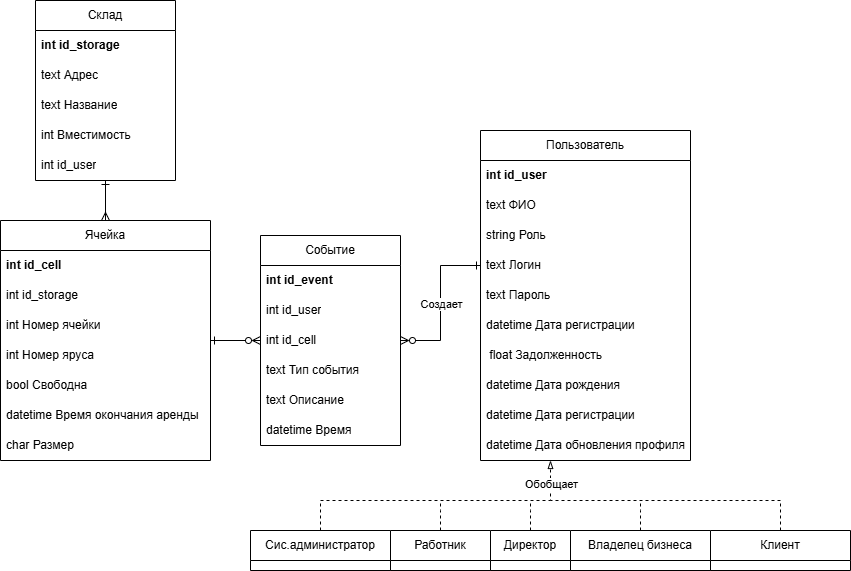
Above: assets/er.png in moevm/nosql2h24-store (draw.io), before the change. Source tidied: cells renumbered, new cells last; positions are measured from the earlier drawing's top-left corner, leaving out a move shared by most shapes. Source of this version:
```xml
<mxGraphModel>
  <root>
    <mxCell id="0" />
    <mxCell id="1" parent="0" />
    <mxCell id="2" value="Пользователь" style="swimlane;fontStyle=0;horizontal=1;startSize=30;whiteSpace=wrap;html=1;" parent="1" vertex="1">
      <mxGeometry x="480" y="130" width="210" height="330" as="geometry" />
    </mxCell>
    <mxCell id="3" value="&lt;b&gt;int id_user&lt;/b&gt;" style="text;strokeColor=none;fillColor=none;align=left;verticalAlign=middle;spacingLeft=4;spacingRight=4;overflow=hidden;whiteSpace=wrap;html=1;" parent="2" vertex="1">
      <mxGeometry y="30" width="210" height="30" as="geometry" />
    </mxCell>
    <mxCell id="4" value="text ФИО" style="text;strokeColor=none;fillColor=none;align=left;verticalAlign=middle;spacingLeft=4;spacingRight=4;overflow=hidden;whiteSpace=wrap;html=1;" parent="2" vertex="1">
      <mxGeometry y="60" width="210" height="30" as="geometry" />
    </mxCell>
    <mxCell id="5" value="string Роль" style="text;strokeColor=none;fillColor=none;align=left;verticalAlign=middle;spacingLeft=4;spacingRight=4;overflow=hidden;whiteSpace=wrap;html=1;" parent="2" vertex="1">
      <mxGeometry y="90" width="210" height="30" as="geometry" />
    </mxCell>
    <mxCell id="6" value="text Логин" style="text;strokeColor=none;fillColor=none;align=left;verticalAlign=middle;spacingLeft=4;spacingRight=4;overflow=hidden;points=[[0,0.5],[1,0.5]];portConstraint=eastwest;whiteSpace=wrap;html=1;" parent="2" vertex="1">
      <mxGeometry y="120" width="210" height="30" as="geometry" />
    </mxCell>
    <mxCell id="7" value="text Пароль" style="text;strokeColor=none;fillColor=none;align=left;verticalAlign=middle;spacingLeft=4;spacingRight=4;overflow=hidden;whiteSpace=wrap;html=1;" parent="2" vertex="1">
      <mxGeometry y="150" width="210" height="30" as="geometry" />
    </mxCell>
    <mxCell id="8" value="datetime Дата регистрации" style="text;strokeColor=none;fillColor=none;align=left;verticalAlign=middle;spacingLeft=4;spacingRight=4;overflow=hidden;whiteSpace=wrap;html=1;" parent="2" vertex="1">
      <mxGeometry y="180" width="210" height="30" as="geometry" />
    </mxCell>
    <mxCell id="9" value="&amp;nbsp;float Задолженность" style="text;strokeColor=none;fillColor=none;align=left;verticalAlign=middle;spacingLeft=4;spacingRight=4;overflow=hidden;whiteSpace=wrap;html=1;" parent="2" vertex="1">
      <mxGeometry y="210" width="210" height="30" as="geometry" />
    </mxCell>
    <mxCell id="10" value="datetime Дата рождения" style="text;strokeColor=none;fillColor=none;align=left;verticalAlign=middle;spacingLeft=4;spacingRight=4;overflow=hidden;whiteSpace=wrap;html=1;" parent="2" vertex="1">
      <mxGeometry y="240" width="210" height="30" as="geometry" />
    </mxCell>
    <mxCell id="11" value="datetime Дата регистрации" style="text;strokeColor=none;fillColor=none;align=left;verticalAlign=middle;spacingLeft=4;spacingRight=4;overflow=hidden;whiteSpace=wrap;html=1;" parent="2" vertex="1">
      <mxGeometry y="270" width="210" height="30" as="geometry" />
    </mxCell>
    <mxCell id="12" value="datetime Дата обновления профиля" style="text;strokeColor=none;fillColor=none;align=left;verticalAlign=middle;spacingLeft=4;spacingRight=4;overflow=hidden;whiteSpace=wrap;html=1;" parent="2" vertex="1">
      <mxGeometry y="300" width="210" height="30" as="geometry" />
    </mxCell>
    <mxCell id="13" value="Склад" style="swimlane;fontStyle=0;horizontal=1;startSize=30;whiteSpace=wrap;html=1;" parent="1" vertex="1">
      <mxGeometry x="35" width="140" height="180" as="geometry" />
    </mxCell>
    <mxCell id="14" value="&lt;b&gt;int id_storage&lt;/b&gt;" style="text;strokeColor=none;fillColor=none;align=left;verticalAlign=middle;spacingLeft=4;spacingRight=4;overflow=hidden;whiteSpace=wrap;html=1;" parent="13" vertex="1">
      <mxGeometry y="30" width="140" height="30" as="geometry" />
    </mxCell>
    <mxCell id="15" value="text Адрес" style="text;strokeColor=none;fillColor=none;align=left;verticalAlign=middle;spacingLeft=4;spacingRight=4;overflow=hidden;whiteSpace=wrap;html=1;" parent="13" vertex="1">
      <mxGeometry y="60" width="140" height="30" as="geometry" />
    </mxCell>
    <mxCell id="16" value="text Название" style="text;strokeColor=none;fillColor=none;align=left;verticalAlign=middle;spacingLeft=4;spacingRight=4;overflow=hidden;whiteSpace=wrap;html=1;" parent="13" vertex="1">
      <mxGeometry y="90" width="140" height="30" as="geometry" />
    </mxCell>
    <mxCell id="17" value="int Вместимость" style="text;strokeColor=none;fillColor=none;align=left;verticalAlign=middle;spacingLeft=4;spacingRight=4;overflow=hidden;whiteSpace=wrap;html=1;" parent="13" vertex="1">
      <mxGeometry y="120" width="140" height="30" as="geometry" />
    </mxCell>
    <mxCell id="18" value="int id_user" style="text;strokeColor=none;fillColor=none;align=left;verticalAlign=middle;spacingLeft=4;spacingRight=4;overflow=hidden;whiteSpace=wrap;html=1;" parent="13" vertex="1">
      <mxGeometry y="150" width="140" height="30" as="geometry" />
    </mxCell>
    <mxCell id="19" style="edgeStyle=orthogonalEdgeStyle;rounded=0;jettySize=auto;html=1;endArrow=ERone;endFill=0;startArrow=ERmany;startFill=0;" parent="1" edge="1" source="20" target="13">
      <mxGeometry relative="1" as="geometry" />
    </mxCell>
    <mxCell id="20" value="Ячейка" style="swimlane;fontStyle=0;horizontal=1;startSize=30;whiteSpace=wrap;html=1;" parent="1" vertex="1">
      <mxGeometry y="220" width="210" height="240" as="geometry" />
    </mxCell>
    <mxCell id="21" value="&lt;b&gt;int id_cell&lt;/b&gt;" style="text;strokeColor=none;fillColor=none;align=left;verticalAlign=middle;spacingLeft=4;spacingRight=4;overflow=hidden;whiteSpace=wrap;html=1;" parent="20" vertex="1">
      <mxGeometry y="30" width="210" height="30" as="geometry" />
    </mxCell>
    <mxCell id="22" value="int id_storage" style="text;strokeColor=none;fillColor=none;align=left;verticalAlign=middle;spacingLeft=4;spacingRight=4;overflow=hidden;whiteSpace=wrap;html=1;" parent="20" vertex="1">
      <mxGeometry y="60" width="210" height="30" as="geometry" />
    </mxCell>
    <mxCell id="23" value="int Номер ячейки" style="text;strokeColor=none;fillColor=none;align=left;verticalAlign=middle;spacingLeft=4;spacingRight=4;overflow=hidden;whiteSpace=wrap;html=1;" parent="20" vertex="1">
      <mxGeometry y="90" width="210" height="30" as="geometry" />
    </mxCell>
    <mxCell id="24" value="int Номер яруса" style="text;strokeColor=none;fillColor=none;align=left;verticalAlign=middle;spacingLeft=4;spacingRight=4;overflow=hidden;whiteSpace=wrap;html=1;" parent="20" vertex="1">
      <mxGeometry y="120" width="210" height="30" as="geometry" />
    </mxCell>
    <mxCell id="25" value="bool Свободна" style="text;strokeColor=none;fillColor=none;align=left;verticalAlign=middle;spacingLeft=4;spacingRight=4;overflow=hidden;whiteSpace=wrap;html=1;" parent="20" vertex="1">
      <mxGeometry y="150" width="210" height="30" as="geometry" />
    </mxCell>
    <mxCell id="26" value="datetime Время окончания аренды" style="text;strokeColor=none;fillColor=none;align=left;verticalAlign=middle;spacingLeft=4;spacingRight=4;overflow=hidden;whiteSpace=wrap;html=1;" parent="20" vertex="1">
      <mxGeometry y="180" width="210" height="30" as="geometry" />
    </mxCell>
    <mxCell id="27" value="char Размер" style="text;strokeColor=none;fillColor=none;align=left;verticalAlign=middle;spacingLeft=4;spacingRight=4;overflow=hidden;whiteSpace=wrap;html=1;" parent="20" vertex="1">
      <mxGeometry y="210" width="210" height="30" as="geometry" />
    </mxCell>
    <mxCell id="28" style="edgeStyle=orthogonalEdgeStyle;rounded=0;jettySize=auto;html=1;endArrow=ERone;endFill=0;startArrow=ERzeroToMany;startFill=0;" parent="1" edge="1" source="29" target="20">
      <mxGeometry relative="1" as="geometry" />
    </mxCell>
    <mxCell id="29" value="Событие" style="swimlane;fontStyle=0;horizontal=1;startSize=30;whiteSpace=wrap;html=1;" parent="1" vertex="1">
      <mxGeometry x="260" y="235" width="140" height="210" as="geometry" />
    </mxCell>
    <mxCell id="30" value="&lt;b&gt;int id_event&lt;/b&gt;" style="text;strokeColor=none;fillColor=none;align=left;verticalAlign=middle;spacingLeft=4;spacingRight=4;overflow=hidden;whiteSpace=wrap;html=1;" parent="29" vertex="1">
      <mxGeometry y="30" width="140" height="30" as="geometry" />
    </mxCell>
    <mxCell id="31" value="int id_user" style="text;strokeColor=none;fillColor=none;align=left;verticalAlign=middle;spacingLeft=4;spacingRight=4;overflow=hidden;whiteSpace=wrap;html=1;" parent="29" vertex="1">
      <mxGeometry y="60" width="140" height="30" as="geometry" />
    </mxCell>
    <mxCell id="32" value="int id_cell" style="text;strokeColor=none;fillColor=none;align=left;verticalAlign=middle;spacingLeft=4;spacingRight=4;overflow=hidden;whiteSpace=wrap;html=1;" parent="29" vertex="1">
      <mxGeometry y="90" width="140" height="30" as="geometry" />
    </mxCell>
    <mxCell id="33" value="text Тип события" style="text;strokeColor=none;fillColor=none;align=left;verticalAlign=middle;spacingLeft=4;spacingRight=4;overflow=hidden;whiteSpace=wrap;html=1;" parent="29" vertex="1">
      <mxGeometry y="120" width="140" height="30" as="geometry" />
    </mxCell>
    <mxCell id="34" value="text Описание" style="text;strokeColor=none;fillColor=none;align=left;verticalAlign=middle;spacingLeft=4;spacingRight=4;overflow=hidden;whiteSpace=wrap;html=1;" parent="29" vertex="1">
      <mxGeometry y="150" width="140" height="30" as="geometry" />
    </mxCell>
    <mxCell id="35" value="datetime Время" style="text;strokeColor=none;fillColor=none;align=left;verticalAlign=middle;spacingLeft=4;spacingRight=4;overflow=hidden;whiteSpace=wrap;html=1;" parent="29" vertex="1">
      <mxGeometry y="180" width="140" height="30" as="geometry" />
    </mxCell>
    <mxCell id="36" style="edgeStyle=orthogonalEdgeStyle;rounded=0;jettySize=auto;html=1;endArrow=blockThin;endFill=0;dashed=1;" parent="1" edge="1" source="38" target="2">
      <mxGeometry relative="1" as="geometry">
        <Array as="points">
          <mxPoint x="320" y="500" />
          <mxPoint x="550" y="500" />
        </Array>
      </mxGeometry>
    </mxCell>
    <mxCell id="37" value="Обобщает" style="edgeLabel;html=1;align=center;verticalAlign=middle;" parent="36" vertex="1">
      <mxGeometry x="0.85" relative="1" as="geometry" />
    </mxCell>
    <mxCell id="38" value="Сис.администратор" style="swimlane;fontStyle=0;horizontal=1;startSize=30;whiteSpace=wrap;html=1;" parent="1" vertex="1">
      <mxGeometry x="250" y="530" width="140" height="40" as="geometry" />
    </mxCell>
    <mxCell id="39" style="edgeStyle=orthogonalEdgeStyle;rounded=0;jettySize=auto;html=1;endArrow=none;endFill=0;dashed=1;" parent="1" edge="1" source="40">
      <mxGeometry relative="1" as="geometry">
        <mxPoint x="440" y="500" as="targetPoint" />
      </mxGeometry>
    </mxCell>
    <mxCell id="40" value="Работник&lt;span style=&quot;color: rgba(0, 0, 0, 0); font-family: monospace; font-size: 0px; text-align: start; text-wrap: nowrap;&quot;&gt;%3CmxGraphModel%3E%3Croot%3E%3CmxCell%20id%3D%220%22%2F%3E%3CmxCell%20id%3D%221%22%20parent%3D%220%22%2F%3E%3CmxCell%20id%3D%222%22%20value%3D%22%D0%A1%D0%B8%D1%81.%D0%B0%D0%B4%D0%BC%D0%B8%D0%BD%D0%B8%D1%81%D1%82%D1%80%D0%B0%D1%82%D0%BE%D1%80%22%20style%3D%22swimlane%3BfontStyle%3D0%3BchildLayout%3DstackLayout%3Bhorizontal%3D1%3BstartSize%3D30%3BhorizontalStack%3D0%3BresizeParent%3D1%3BresizeParentMax%3D0%3BresizeLast%3D0%3Bcollapsible%3D1%3BmarginBottom%3D0%3BwhiteSpace%3Dwrap%3Bhtml%3D1%3B%22%20vertex%3D%221%22%20parent%3D%221%22%3E%3CmxGeometry%20x%3D%22300%22%20width%3D%22140%22%20height%3D%2240%22%20as%3D%22geometry%22%2F%3E%3C%2FmxCell%3E%3C%2Froot%3E%3C%2FmxGraphModel%3E&lt;/span&gt;" style="swimlane;fontStyle=0;horizontal=1;startSize=30;whiteSpace=wrap;html=1;" parent="1" vertex="1">
      <mxGeometry x="390" y="530" width="100" height="40" as="geometry" />
    </mxCell>
    <mxCell id="41" style="edgeStyle=orthogonalEdgeStyle;rounded=0;jettySize=auto;html=1;endArrow=none;endFill=0;dashed=1;" parent="1" edge="1" source="42">
      <mxGeometry relative="1" as="geometry">
        <mxPoint x="550" y="500" as="targetPoint" />
        <Array as="points">
          <mxPoint x="780" y="500" />
        </Array>
      </mxGeometry>
    </mxCell>
    <mxCell id="42" value="Клиент" style="swimlane;fontStyle=0;horizontal=1;startSize=30;whiteSpace=wrap;html=1;" parent="1" vertex="1">
      <mxGeometry x="710" y="530" width="140" height="40" as="geometry" />
    </mxCell>
    <mxCell id="43" style="edgeStyle=orthogonalEdgeStyle;rounded=0;jettySize=auto;html=1;endArrow=none;endFill=0;dashed=1;" parent="1" edge="1" source="44">
      <mxGeometry relative="1" as="geometry">
        <mxPoint x="640" y="500" as="targetPoint" />
      </mxGeometry>
    </mxCell>
    <mxCell id="44" value="Владелец бизнеса" style="swimlane;fontStyle=0;horizontal=1;startSize=30;whiteSpace=wrap;html=1;" parent="1" vertex="1">
      <mxGeometry x="570" y="530" width="140" height="40" as="geometry" />
    </mxCell>
    <mxCell id="45" style="edgeStyle=orthogonalEdgeStyle;rounded=0;jettySize=auto;html=1;endArrow=none;endFill=0;dashed=1;" parent="1" edge="1" source="46">
      <mxGeometry relative="1" as="geometry">
        <mxPoint x="530" y="500" as="targetPoint" />
      </mxGeometry>
    </mxCell>
    <mxCell id="46" value="Директор" style="swimlane;fontStyle=0;horizontal=1;startSize=30;whiteSpace=wrap;html=1;" parent="1" vertex="1">
      <mxGeometry x="490" y="530" width="80" height="40" as="geometry" />
    </mxCell>
    <mxCell id="47" style="edgeStyle=orthogonalEdgeStyle;rounded=0;jettySize=auto;html=1;endArrow=ERzeroToMany;endFill=0;startArrow=ERone;startFill=0;" parent="1" edge="1" source="6" target="29">
      <mxGeometry relative="1" as="geometry" />
    </mxCell>
    <mxCell id="48" value="Создает" style="edgeLabel;html=1;align=center;verticalAlign=middle;" parent="47" vertex="1">
      <mxGeometry x="0.01" relative="1" as="geometry" />
    </mxCell>
  </root>
</mxGraphModel>
```
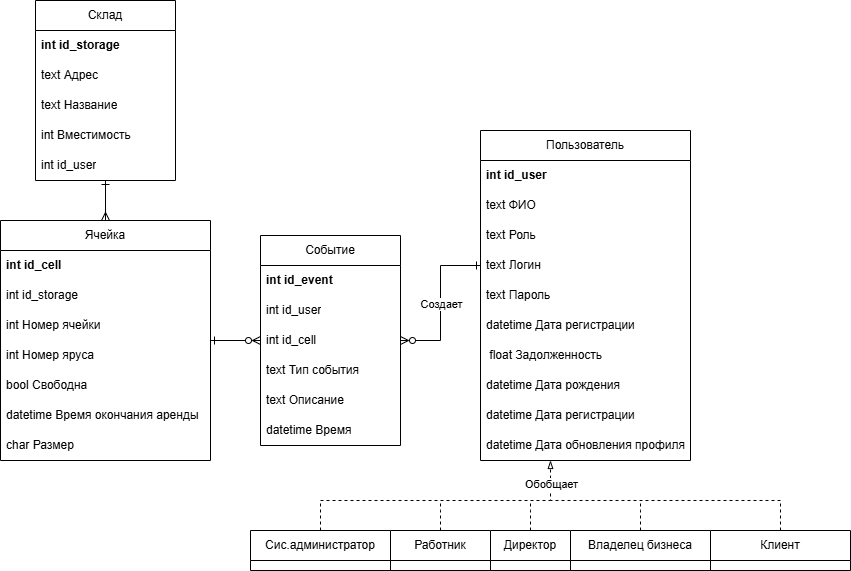
Above is the later version.

Diff of the diagram source:
```diff
@@ -11,7 +11,7 @@
     <mxCell id="4" value="text ФИО" style="text;strokeColor=none;fillColor=none;align=left;verticalAlign=middle;spacingLeft=4;spacingRight=4;overflow=hidden;whiteSpace=wrap;html=1;" parent="2" vertex="1">
       <mxGeometry y="60" width="210" height="30" as="geometry" />
     </mxCell>
-    <mxCell id="5" value="string Роль" style="text;strokeColor=none;fillColor=none;align=left;verticalAlign=middle;spacingLeft=4;spacingRight=4;overflow=hidden;whiteSpace=wrap;html=1;" parent="2" vertex="1">
+    <mxCell id="5" value="text Роль" style="text;strokeColor=none;fillColor=none;align=left;verticalAlign=middle;spacingLeft=4;spacingRight=4;overflow=hidden;whiteSpace=wrap;html=1;" parent="2" vertex="1">
       <mxGeometry y="90" width="210" height="30" as="geometry" />
     </mxCell>
     <mxCell id="6" value="text Логин" style="text;strokeColor=none;fillColor=none;align=left;verticalAlign=middle;spacingLeft=4;spacingRight=4;overflow=hidden;points=[[0,0.5],[1,0.5]];portConstraint=eastwest;whiteSpace=wrap;html=1;" parent="2" vertex="1">
```
